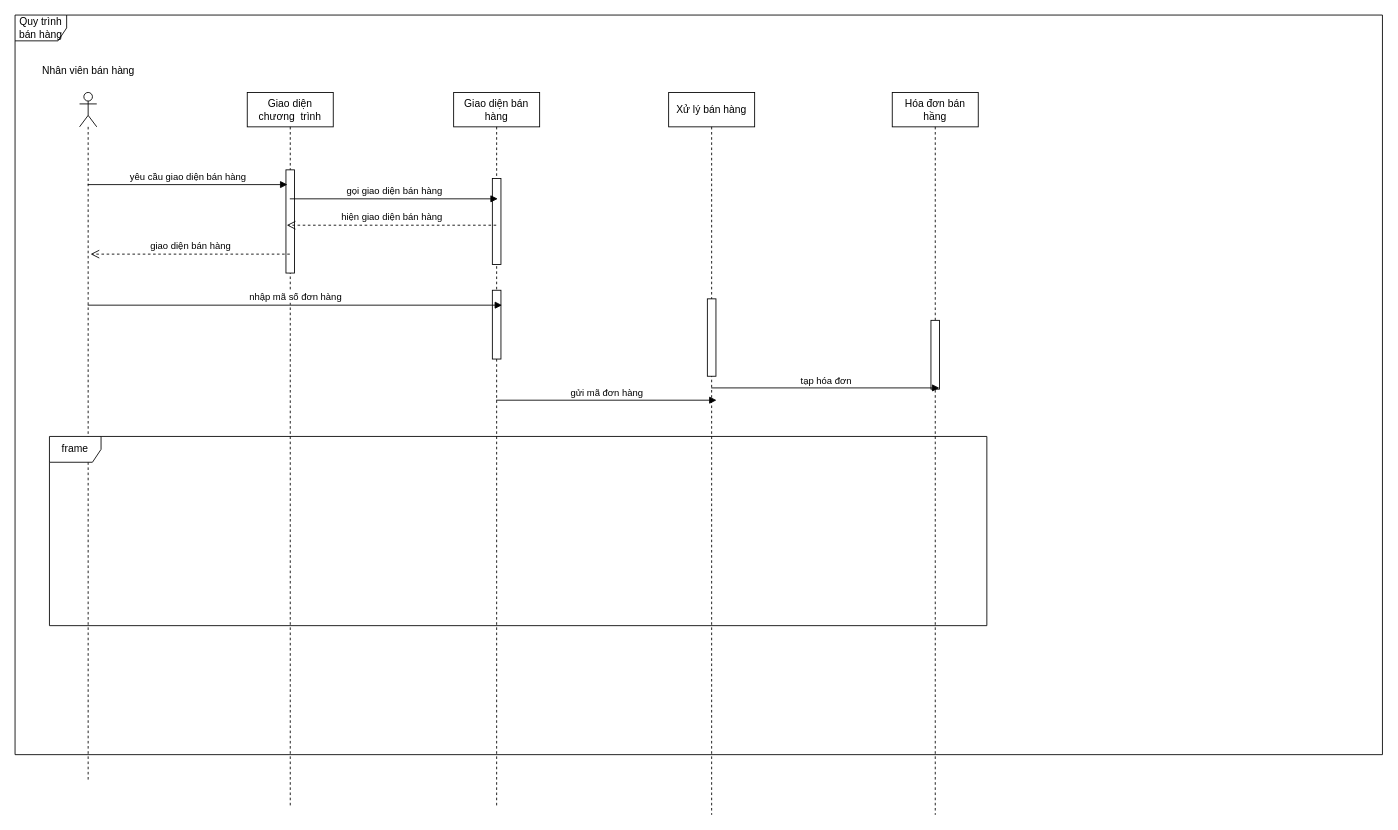
Above: NVBH sequence.drawio in RomJoke/K (draw.io), before the change. Source tidied: cells renumbered, new cells numbered last; positions are measured from the earlier drawing's top-left corner, leaving out a move shared by most shapes. Both pictures are drawn from the tidied source at 86%, with x=0, y=0 at pixel (15, 15).
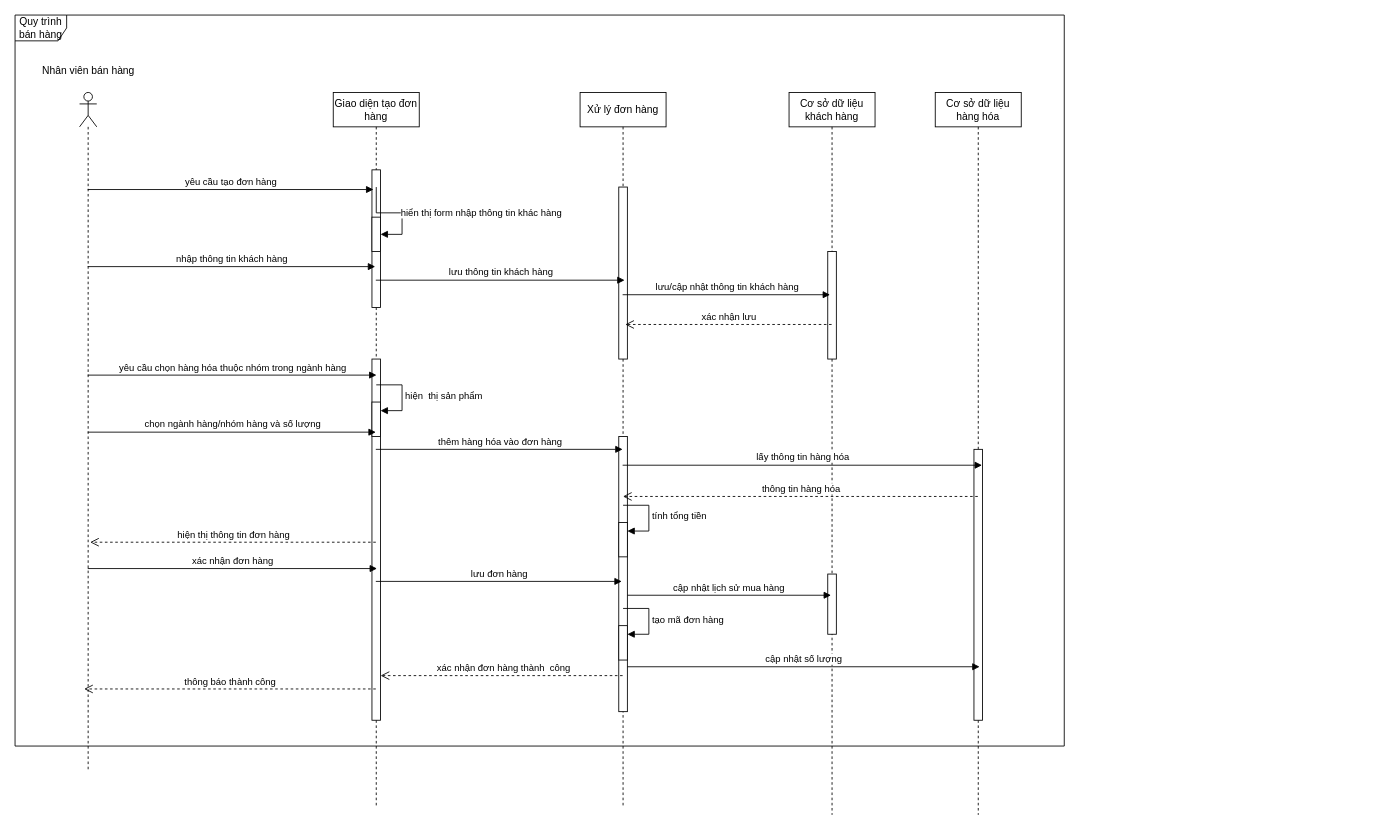
Above is the later version.

The edit, as a diff of the source:
```diff
@@
     <mxCell id="2" value="Quy trình bán hàng" style="shape=umlFrame;whiteSpace=wrap;html=1;" parent="1" vertex="1">
-      <mxGeometry width="1590" height="860" as="geometry" />
+      <mxGeometry width="1220" height="850" as="geometry" />
     </mxCell>
     <mxCell id="3" style="shape=umlLifeline;perimeter=lifelinePerimeter;whiteSpace=wrap;html=1;outlineConnect=0;portConstraint=eastwest;newEdgeStyle={&quot;curved&quot;:0,&quot;rounded&quot;:0};participant=umlActor;size=40;" parent="1" vertex="1">
-      <mxGeometry x="75" y="90" width="20" height="800" as="geometry" />
+      <mxGeometry x="75" y="90" width="20" height="790" as="geometry" />
     </mxCell>
@@
-    <mxCell id="5" value="Giao diện chương&amp;nbsp; trình" style="shape=umlLifeline;perimeter=lifelinePerimeter;whiteSpace=wrap;html=1;outlineConnect=0;portConstraint=eastwest;newEdgeStyle={&quot;curved&quot;:0,&quot;rounded&quot;:0};" parent="1" vertex="1">
-      <mxGeometry x="270" y="90" width="100" height="830" as="geometry" />
+    <mxCell id="5" value="Giao diện tạo đơn hàng" style="shape=umlLifeline;perimeter=lifelinePerimeter;whiteSpace=wrap;html=1;outlineConnect=0;portConstraint=eastwest;newEdgeStyle={&quot;curved&quot;:0,&quot;rounded&quot;:0};" parent="1" vertex="1">
+      <mxGeometry x="370" y="90" width="100" height="830" as="geometry" />
     </mxCell>
     <mxCell id="6" style="html=1;points=[[0,0,0,0,5],[0,1,0,0,-5],[1,0,0,0,5],[1,1,0,0,-5]];perimeter=orthogonalPerimeter;outlineConnect=0;targetShapes=umlLifeline;portConstraint=eastwest;newEdgeStyle={&quot;curved&quot;:0,&quot;rounded&quot;:0};" parent="5" vertex="1">
-      <mxGeometry x="45" y="90" width="10" height="120" as="geometry" />
+      <mxGeometry x="45" y="90" width="10" height="160" as="geometry" />
     </mxCell>
+    <mxCell id="22" style="html=1;points=[[0,0,0,0,5],[0,1,0,0,-5],[1,0,0,0,5],[1,1,0,0,-5]];perimeter=orthogonalPerimeter;outlineConnect=0;targetShapes=umlLifeline;portConstraint=eastwest;newEdgeStyle={&quot;curved&quot;:0,&quot;rounded&quot;:0};" parent="5" vertex="1">
+      <mxGeometry x="45" y="145" width="10" height="40" as="geometry" />
+    </mxCell>
+    <mxCell id="23" value="hiển thị form nhập thông tin khác hàng" style="html=1;align=left;spacingLeft=2;endArrow=block;rounded=0;edgeStyle=orthogonalEdgeStyle;curved=0;rounded=0;" parent="5" edge="1" target="22">
+      <mxGeometry relative="1" as="geometry">
+        <mxPoint x="50" y="110" as="sourcePoint" />
+        <Array as="points">
+          <mxPoint x="80" y="140" />
+        </Array>
+      </mxGeometry>
+    </mxCell>
+    <mxCell id="24" style="html=1;perimeter=orthogonalPerimeter;targetShapes=umlLifeline;newEdgeStyle={&quot;curved&quot;:0,&quot;rounded&quot;:0};" parent="5" vertex="1">
+      <mxGeometry x="45" y="310" width="10" height="420" as="geometry" />
+    </mxCell>
+    <mxCell id="25" style="html=1;points=[[0,0,0,0,5],[0,1,0,0,-5],[1,0,0,0,5],[1,1,0,0,-5]];perimeter=orthogonalPerimeter;outlineConnect=0;targetShapes=umlLifeline;portConstraint=eastwest;newEdgeStyle={&quot;curved&quot;:0,&quot;rounded&quot;:0};" parent="5" vertex="1">
+      <mxGeometry x="45" y="360" width="10" height="40" as="geometry" />
+    </mxCell>
+    <mxCell id="26" value="hiện&amp;nbsp; thị sản phẩm" style="html=1;align=left;spacingLeft=2;endArrow=block;rounded=0;edgeStyle=orthogonalEdgeStyle;curved=0;rounded=0;" parent="5" edge="1" target="25">
+      <mxGeometry relative="1" as="geometry">
+        <mxPoint x="50" y="340" as="sourcePoint" />
+        <Array as="points">
+          <mxPoint x="80" y="370" />
+        </Array>
+      </mxGeometry>
+    </mxCell>
-    <mxCell id="7" value="Giao diện bán hàng" style="shape=umlLifeline;perimeter=lifelinePerimeter;whiteSpace=wrap;html=1;outlineConnect=0;portConstraint=eastwest;newEdgeStyle={&quot;curved&quot;:0,&quot;rounded&quot;:0};" parent="1" vertex="1">
-      <mxGeometry x="510" y="90" width="100" height="830" as="geometry" />
+    <mxCell id="7" value="Xử lý đơn hàng" style="shape=umlLifeline;perimeter=lifelinePerimeter;whiteSpace=wrap;html=1;outlineConnect=0;portConstraint=eastwest;newEdgeStyle={&quot;curved&quot;:0,&quot;rounded&quot;:0};" parent="1" vertex="1">
+      <mxGeometry x="657" y="90" width="100" height="830" as="geometry" />
     </mxCell>
     <mxCell id="8" style="html=1;points=[[0,0,0,0,5],[0,1,0,0,-5],[1,0,0,0,5],[1,1,0,0,-5]];perimeter=orthogonalPerimeter;outlineConnect=0;targetShapes=umlLifeline;portConstraint=eastwest;newEdgeStyle={&quot;curved&quot;:0,&quot;rounded&quot;:0};" parent="7" vertex="1">
-      <mxGeometry x="45" y="100" width="10" height="100" as="geometry" />
+      <mxGeometry x="45" y="110" width="10" height="200" as="geometry" />
     </mxCell>
-    <mxCell id="9" style="html=1;perimeter=orthogonalPerimeter;targetShapes=umlLifeline;newEdgeStyle={&quot;curved&quot;:0,&quot;rounded&quot;:0};" parent="7" vertex="1">
-      <mxGeometry x="45" y="230" width="10" height="80" as="geometry" />
-    </mxCell>
+    <mxCell id="27" style="html=1;points=[[0,0,0,0,5],[0,1,0,0,-5],[1,0,0,0,5],[1,1,0,0,-5]];perimeter=orthogonalPerimeter;outlineConnect=0;targetShapes=umlLifeline;portConstraint=eastwest;newEdgeStyle={&quot;curved&quot;:0,&quot;rounded&quot;:0};" parent="7" vertex="1">
+      <mxGeometry x="45" y="400" width="10" height="320" as="geometry" />
+    </mxCell>
+    <mxCell id="28" style="html=1;points=[[0,0,0,0,5],[0,1,0,0,-5],[1,0,0,0,5],[1,1,0,0,-5]];perimeter=orthogonalPerimeter;outlineConnect=0;targetShapes=umlLifeline;portConstraint=eastwest;newEdgeStyle={&quot;curved&quot;:0,&quot;rounded&quot;:0};" parent="7" vertex="1">
+      <mxGeometry x="45" y="500" width="10" height="40" as="geometry" />
+    </mxCell>
+    <mxCell id="29" value="tính tổng tiền" style="html=1;align=left;spacingLeft=2;endArrow=block;rounded=0;edgeStyle=orthogonalEdgeStyle;curved=0;rounded=0;" parent="7" edge="1" target="28">
+      <mxGeometry x="0.01" relative="1" as="geometry">
+        <mxPoint x="50" y="480" as="sourcePoint" />
+        <Array as="points">
+          <mxPoint x="80" y="510" />
+        </Array>
+      </mxGeometry>
+    </mxCell>
+    <mxCell id="30" value="tạo mã đơn hàng" style="html=1;align=left;spacingLeft=2;endArrow=block;rounded=0;edgeStyle=orthogonalEdgeStyle;curved=0;rounded=0;" parent="7" edge="1" target="31">
+      <mxGeometry relative="1" as="geometry">
+        <mxPoint x="50" y="600" as="sourcePoint" />
+        <Array as="points">
+          <mxPoint x="80" y="630" />
+        </Array>
+      </mxGeometry>
+    </mxCell>
+    <mxCell id="31" style="html=1;points=[[0,0,0,0,5],[0,1,0,0,-5],[1,0,0,0,5],[1,1,0,0,-5]];perimeter=orthogonalPerimeter;outlineConnect=0;targetShapes=umlLifeline;portConstraint=eastwest;newEdgeStyle={&quot;curved&quot;:0,&quot;rounded&quot;:0};" parent="7" vertex="1">
+      <mxGeometry x="45" y="620" width="10" height="40" as="geometry" />
+    </mxCell>
-    <mxCell id="10" value="Xử lý bán hàng" style="shape=umlLifeline;perimeter=lifelinePerimeter;whiteSpace=wrap;html=1;outlineConnect=0;portConstraint=eastwest;newEdgeStyle={&quot;curved&quot;:0,&quot;rounded&quot;:0};" parent="1" vertex="1">
-      <mxGeometry x="760" y="90" width="100" height="840" as="geometry" />
+    <mxCell id="10" value="Cơ sở dữ liệu khách hàng" style="shape=umlLifeline;perimeter=lifelinePerimeter;whiteSpace=wrap;html=1;outlineConnect=0;portConstraint=eastwest;newEdgeStyle={&quot;curved&quot;:0,&quot;rounded&quot;:0};" parent="1" vertex="1">
+      <mxGeometry x="900" y="90" width="100" height="840" as="geometry" />
     </mxCell>
-    <mxCell id="11" style="html=1;perimeter=orthogonalPerimeter;targetShapes=umlLifeline;newEdgeStyle={&quot;curved&quot;:0,&quot;rounded&quot;:0};" parent="10" vertex="1">
-      <mxGeometry x="45" y="240" width="10" height="90" as="geometry" />
-    </mxCell>
+    <mxCell id="32" style="html=1;perimeter=orthogonalPerimeter;targetShapes=umlLifeline;newEdgeStyle={&quot;curved&quot;:0,&quot;rounded&quot;:0};" parent="10" vertex="1">
+      <mxGeometry x="45" y="185" width="10" height="125" as="geometry" />
+    </mxCell>
+    <mxCell id="33" style="html=1;perimeter=orthogonalPerimeter;targetShapes=umlLifeline;newEdgeStyle={&quot;curved&quot;:0,&quot;rounded&quot;:0};" parent="10" vertex="1">
+      <mxGeometry x="45" y="560" width="10" height="70" as="geometry" />
+    </mxCell>
-    <mxCell id="12" value="Hóa đơn bán hầng" style="shape=umlLifeline;perimeter=lifelinePerimeter;whiteSpace=wrap;html=1;outlineConnect=0;portConstraint=eastwest;newEdgeStyle={&quot;curved&quot;:0,&quot;rounded&quot;:0};" parent="1" vertex="1">
-      <mxGeometry x="1020" y="90" width="100" height="840" as="geometry" />
+    <mxCell id="12" value="Cơ sở dữ liệu hàng hóa" style="shape=umlLifeline;perimeter=lifelinePerimeter;whiteSpace=wrap;html=1;outlineConnect=0;portConstraint=eastwest;newEdgeStyle={&quot;curved&quot;:0,&quot;rounded&quot;:0};" parent="1" vertex="1">
+      <mxGeometry x="1070" y="90" width="100" height="840" as="geometry" />
     </mxCell>
-    <mxCell id="13" style="html=1;perimeter=orthogonalPerimeter;targetShapes=umlLifeline;newEdgeStyle={&quot;curved&quot;:0,&quot;rounded&quot;:0};" parent="12" vertex="1">
-      <mxGeometry x="45" y="265" width="10" height="80" as="geometry" />
-    </mxCell>
+    <mxCell id="34" style="html=1;perimeter=orthogonalPerimeter;targetShapes=umlLifeline;newEdgeStyle={&quot;curved&quot;:0,&quot;rounded&quot;:0};" parent="12" vertex="1">
+      <mxGeometry x="45" y="415" width="10" height="315" as="geometry" />
+    </mxCell>
+    <mxCell id="17" value="yêu cầu tạo đơn hàng" style="html=1;verticalAlign=bottom;endArrow=block;curved=0;rounded=0;entryX=0.172;entryY=0.143;entryDx=0;entryDy=0;entryPerimeter=0;" parent="1" edge="1" source="3" target="6">
+      <mxGeometry relative="1" as="geometry" />
+    </mxCell>
+    <mxCell id="35" value="nhập thông tin khách hàng" style="html=1;verticalAlign=bottom;endArrow=block;curved=0;rounded=0;entryX=0.488;entryY=0.244;entryDx=0;entryDy=0;entryPerimeter=0;" parent="1" edge="1" source="3" target="5">
+      <mxGeometry relative="1" as="geometry" />
+    </mxCell>
+    <mxCell id="36" value="lưu thông tin khách hàng" style="html=1;verticalAlign=bottom;endArrow=block;curved=0;rounded=0;entryX=0.518;entryY=0.263;entryDx=0;entryDy=0;entryPerimeter=0;" parent="1" edge="1" source="5" target="7">
+      <mxGeometry relative="1" as="geometry" />
+    </mxCell>
-    <mxCell id="14" value="gửi mã đơn hàng" style="html=1;verticalAlign=bottom;endArrow=block;curved=0;rounded=0;entryX=0.557;entryY=0.426;entryDx=0;entryDy=0;entryPerimeter=0;" parent="1" edge="1" source="7" target="10">
+    <mxCell id="14" value="lưu/cập nhật thông tin khách hàng" style="html=1;verticalAlign=bottom;endArrow=block;curved=0;rounded=0;entryX=0.477;entryY=0.28;entryDx=0;entryDy=0;entryPerimeter=0;" parent="1" edge="1" source="7" target="10">
       <mxGeometry relative="1" as="geometry" />
     </mxCell>
-    <mxCell id="15" value="tạp hóa đơn" style="html=1;verticalAlign=bottom;endArrow=block;curved=0;rounded=0;entryX=0.548;entryY=0.409;entryDx=0;entryDy=0;entryPerimeter=0;" parent="1" edge="1" source="10" target="12">
-      <mxGeometry relative="1" as="geometry" />
-    </mxCell>
-    <mxCell id="16" value="frame" style="shape=umlFrame;whiteSpace=wrap;html=1;" parent="1" vertex="1">
-      <mxGeometry x="40" y="490" width="1090" height="220" as="geometry" />
-    </mxCell>
-    <mxCell id="17" value="yêu cầu giao diện bán hàng" style="html=1;verticalAlign=bottom;endArrow=block;curved=0;rounded=0;entryX=0.172;entryY=0.143;entryDx=0;entryDy=0;entryPerimeter=0;" parent="1" edge="1" source="3" target="6">
-      <mxGeometry relative="1" as="geometry" />
-    </mxCell>
-    <mxCell id="18" value="gọi giao diện bán hàng" style="html=1;verticalAlign=bottom;endArrow=block;curved=0;rounded=0;entryX=0.635;entryY=0.237;entryDx=0;entryDy=0;entryPerimeter=0;" parent="1" edge="1" source="5" target="8">
-      <mxGeometry relative="1" as="geometry" />
-    </mxCell>
+    <mxCell id="37" value="xác nhận lưu" style="html=1;verticalAlign=bottom;endArrow=open;dashed=1;endSize=8;curved=0;rounded=0;entryX=0.755;entryY=0.799;entryDx=0;entryDy=0;entryPerimeter=0;" parent="1" edge="1" source="10" target="8">
+      <mxGeometry relative="1" as="geometry" />
+    </mxCell>
+    <mxCell id="38" value="yêu cầu chọn hàng hóa thuộc nhóm trong ngành hàng" style="html=1;verticalAlign=bottom;endArrow=block;curved=0;rounded=0;entryX=0.503;entryY=0.396;entryDx=0;entryDy=0;entryPerimeter=0;" parent="1" edge="1" source="3" target="5">
+      <mxGeometry relative="1" as="geometry" />
+    </mxCell>
+    <mxCell id="39" value="chọn ngành hàng/nhóm hàng và số lượng" style="html=1;verticalAlign=bottom;endArrow=block;curved=0;rounded=0;" parent="1" edge="1" source="3" target="5">
+      <mxGeometry relative="1" as="geometry" />
+    </mxCell>
+    <mxCell id="40" value="thêm hàng hóa vào đơn hàng" style="html=1;verticalAlign=bottom;endArrow=block;curved=0;rounded=0;" parent="1" edge="1" source="5" target="7">
+      <mxGeometry relative="1" as="geometry" />
+    </mxCell>
+    <mxCell id="41" value="lấy thông tin hàng hóa" style="html=1;verticalAlign=bottom;endArrow=block;curved=0;rounded=0;entryX=0.544;entryY=0.516;entryDx=0;entryDy=0;entryPerimeter=0;" parent="1" edge="1" source="7" target="12">
+      <mxGeometry relative="1" as="geometry" />
+    </mxCell>
+    <mxCell id="42" value="thông tin hàng hóa" style="html=1;verticalAlign=bottom;endArrow=open;dashed=1;endSize=8;curved=0;rounded=0;entryX=0.499;entryY=0.566;entryDx=0;entryDy=0;entryPerimeter=0;" parent="1" edge="1" source="12" target="7">
+      <mxGeometry relative="1" as="geometry" />
+    </mxCell>
+    <mxCell id="43" value="hiện thị thông tin đơn hàng" style="html=1;verticalAlign=bottom;endArrow=open;dashed=1;endSize=8;curved=0;rounded=0;entryX=0.615;entryY=0.662;entryDx=0;entryDy=0;entryPerimeter=0;" parent="1" edge="1" source="5" target="3">
+      <mxGeometry relative="1" as="geometry" />
+    </mxCell>
+    <mxCell id="44" value="xác nhận đơn hàng" style="html=1;verticalAlign=bottom;endArrow=block;curved=0;rounded=0;entryX=0.509;entryY=0.667;entryDx=0;entryDy=0;entryPerimeter=0;" parent="1" edge="1" source="3" target="5">
+      <mxGeometry relative="1" as="geometry" />
+    </mxCell>
+    <mxCell id="45" value="lưu đơn hàng" style="html=1;verticalAlign=bottom;endArrow=block;curved=0;rounded=0;entryX=0.485;entryY=0.685;entryDx=0;entryDy=0;entryPerimeter=0;" parent="1" edge="1" source="5" target="7">
+      <mxGeometry relative="1" as="geometry" />
+    </mxCell>
+    <mxCell id="46" value="cập nhật lịch sử mua hàng" style="html=1;verticalAlign=bottom;endArrow=block;curved=0;rounded=0;entryX=0.488;entryY=0.696;entryDx=0;entryDy=0;entryPerimeter=0;" parent="1" edge="1" source="27" target="10">
+      <mxGeometry relative="1" as="geometry" />
+    </mxCell>
+    <mxCell id="47" value="cập nhật số lượng" style="html=1;verticalAlign=bottom;endArrow=block;curved=0;rounded=0;entryX=0.516;entryY=0.795;entryDx=0;entryDy=0;entryPerimeter=0;" parent="1" edge="1" source="27" target="12">
+      <mxGeometry relative="1" as="geometry" />
+    </mxCell>
-    <mxCell id="19" value="hiện giao diện bán hàng" style="html=1;verticalAlign=bottom;endArrow=open;dashed=1;endSize=8;curved=0;rounded=0;entryX=0.459;entryY=0.186;entryDx=0;entryDy=0;entryPerimeter=0;" parent="1" edge="1" source="7" target="5">
-      <mxGeometry relative="1" as="geometry" />
+    <mxCell id="19" value="xác nhận đơn hàng thành&amp;nbsp; công" style="html=1;verticalAlign=bottom;endArrow=open;dashed=1;endSize=8;curved=0;rounded=0;entryX=0.551;entryY=0.817;entryDx=0;entryDy=0;entryPerimeter=0;" parent="1" edge="1" source="7" target="5">
+      <mxGeometry x="-0.01" relative="1" as="geometry" />
     </mxCell>
-    <mxCell id="20" value="giao diện bán hàng" style="html=1;verticalAlign=bottom;endArrow=open;dashed=1;endSize=8;curved=0;rounded=0;entryX=0.64;entryY=0.235;entryDx=0;entryDy=0;entryPerimeter=0;" parent="1" edge="1" source="5" target="3">
-      <mxGeometry relative="1" as="geometry" />
-    </mxCell>
-    <mxCell id="21" value="nhập mã số đơn hàng" style="html=1;verticalAlign=bottom;endArrow=block;curved=0;rounded=0;entryX=0.563;entryY=0.298;entryDx=0;entryDy=0;entryPerimeter=0;" parent="1" edge="1" source="3" target="7">
-      <mxGeometry relative="1" as="geometry" />
-    </mxCell>
+    <mxCell id="48" value="thông báo thành công" style="html=1;verticalAlign=bottom;endArrow=open;dashed=1;endSize=8;curved=0;rounded=0;entryX=0.266;entryY=0.878;entryDx=0;entryDy=0;entryPerimeter=0;" parent="1" edge="1" source="5" target="3">
+      <mxGeometry relative="1" as="geometry" />
+    </mxCell>
```
